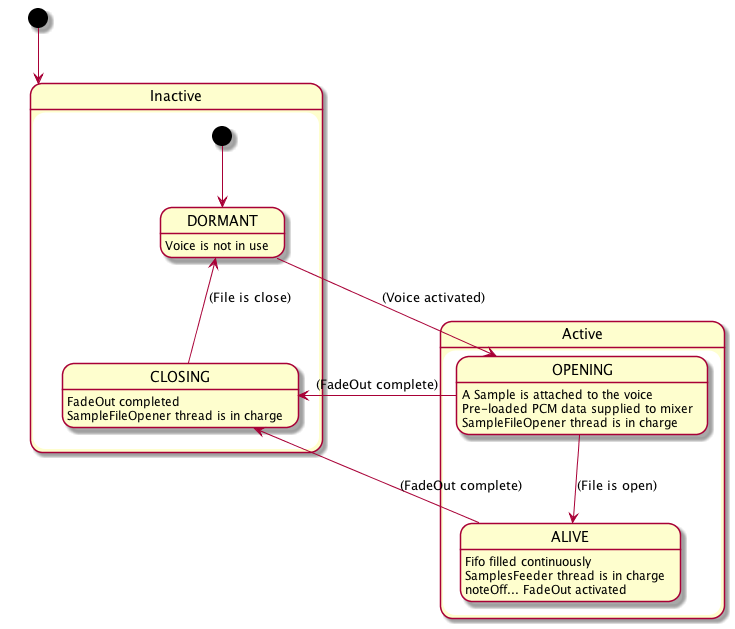
The PlantUML diagram doc/html/inline_umlgraph_1.png in turgu1/PIano, before a commit.
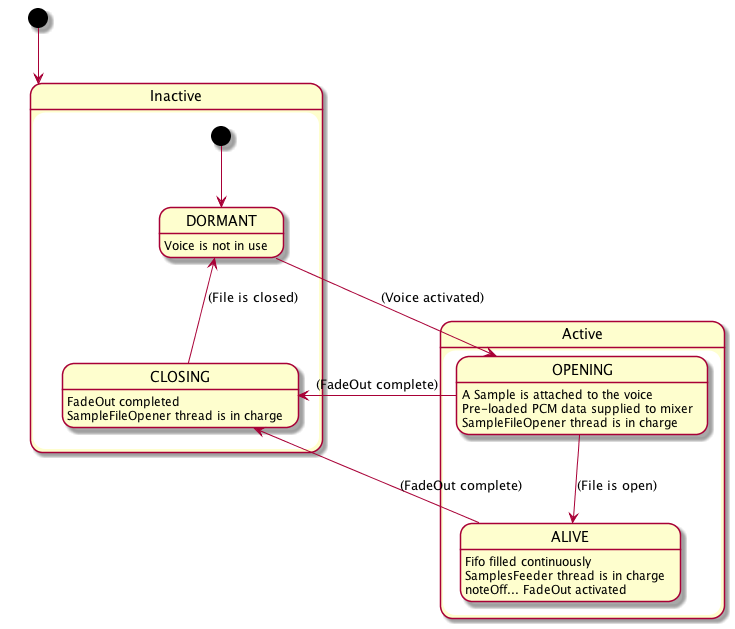
Above is the later version.

Diff of the diagram source:
```diff
@@ -3,7 +3,7 @@
 
     state Inactive {
       [*] -down-> DORMANT
-      CLOSING -up-> DORMANT : (File is close)
+      CLOSING -up-> DORMANT : (File is closed)
       CLOSING : FadeOut completed
       CLOSING : SampleFileOpener thread is in charge
       DORMANT : Voice is not in use
```
